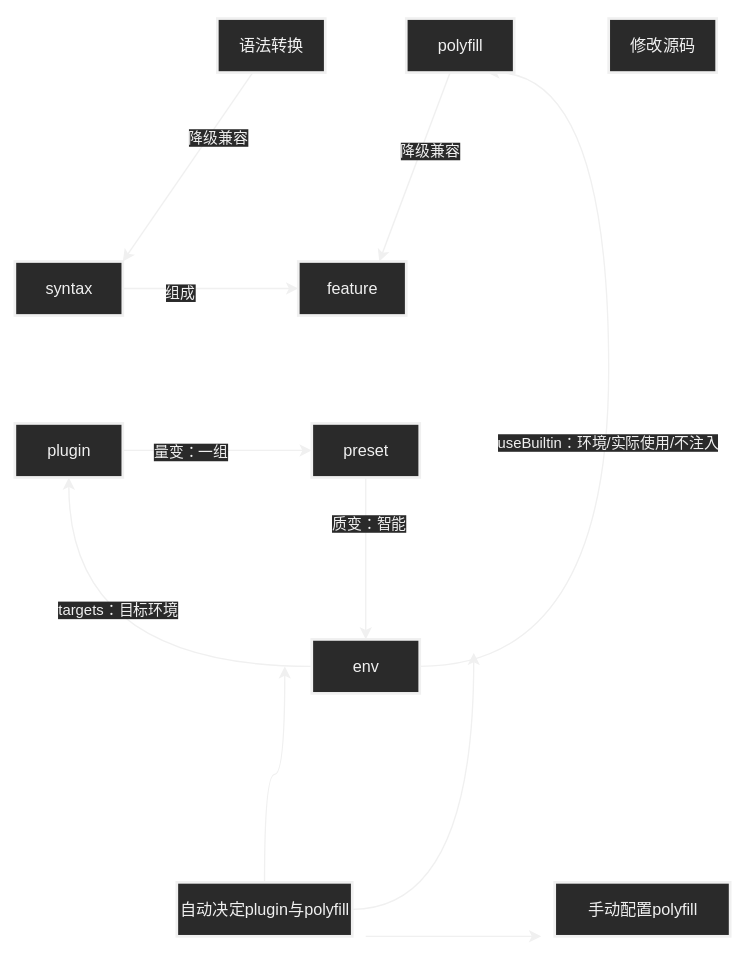
Above: 笔记/前端/工程化/assets/babel基本概念.svg in Echo-Yanglulu/obsidianPrivateNote (draw.io), before the change. Source tidied: cells renumbered, new cells last; positions are measured from the earlier drawing's top-left corner, leaving out a move shared by most shapes.
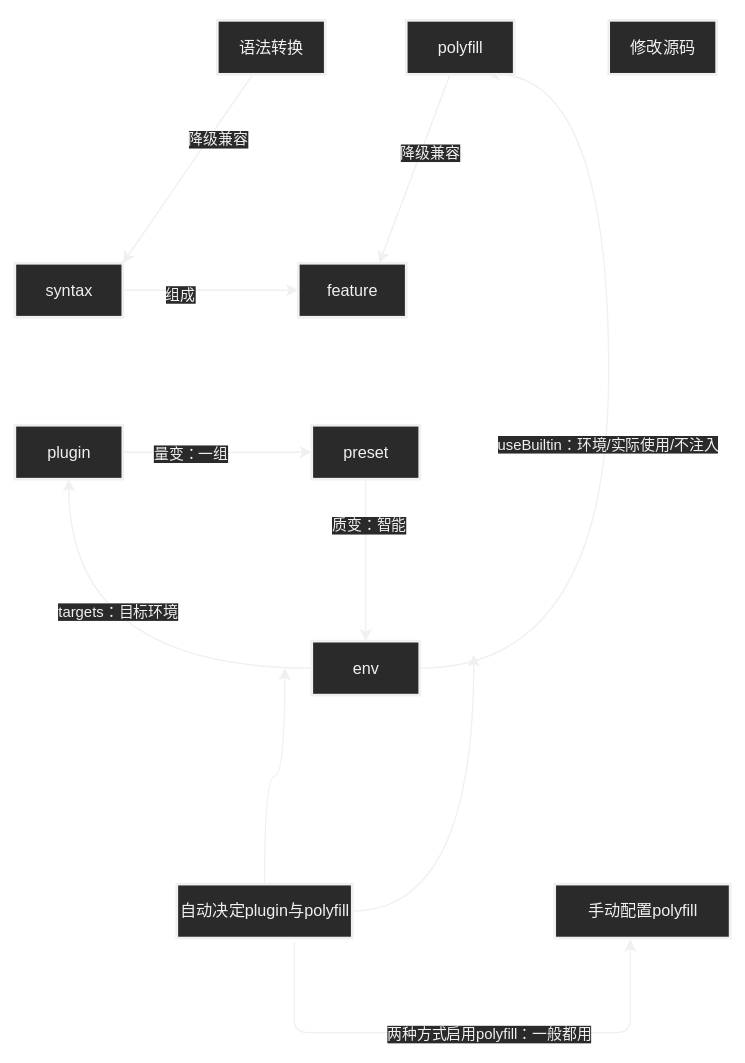
The same file after the commit.

The edit, as a diff of the source:
```diff
@@ -83,12 +83,16 @@
         <mxPoint x="340" y="470" as="targetPoint" />
       </mxGeometry>
     </mxCell>
-    <mxCell id="26" style="html=1;edgeStyle=entityRelationEdgeStyle;" parent="1" edge="1">
+    <mxCell id="26" style="html=1;edgeStyle=elbowEdgeStyle;elbow=vertical;exitX=0.669;exitY=1.075;exitDx=0;exitDy=0;exitPerimeter=0;entryX=0.431;entryY=1.025;entryDx=0;entryDy=0;entryPerimeter=0;" parent="1" edge="1" source="27" target="28">
       <mxGeometry relative="1" as="geometry">
-        <mxPoint x="260" y="680" as="sourcePoint" />
-        <mxPoint x="390" y="680" as="targetPoint" />
+        <Array as="points">
+          <mxPoint x="350" y="750" />
+        </Array>
       </mxGeometry>
     </mxCell>
+    <mxCell id="29" value="两种方式启用polyfill：一般都用" style="edgeLabel;html=1;align=center;verticalAlign=middle;" parent="26" vertex="1">
+      <mxGeometry x="0.1" relative="1" as="geometry" />
+    </mxCell>
     <mxCell id="27" value="自动决定plugin与polyfill" style="strokeWidth=2;html=1;shape=mxgraph.flowchart.document2;whiteSpace=wrap;size=0.25;" parent="1" vertex="1">
       <mxGeometry x="120" y="640" width="130" height="40" as="geometry" />
     </mxCell>
```
